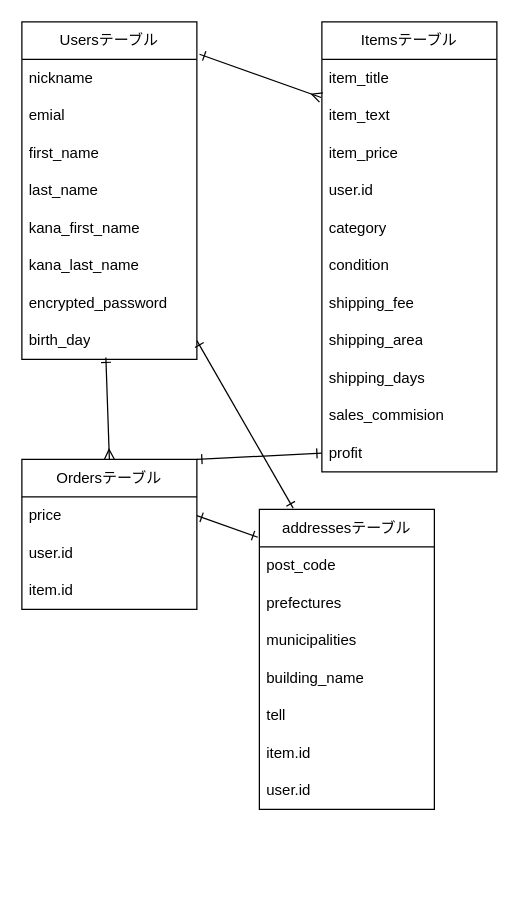
This is test.dio from yato1122/furima-39462, a draw.io file, before an edit. Source tidied: cells renumbered, new cells numbered last; positions are measured from the earlier drawing's top-left corner, leaving out a move shared by most shapes. Both pictures are drawn from the tidied source at 125%, with x=0, y=0 at pixel (21, 21).
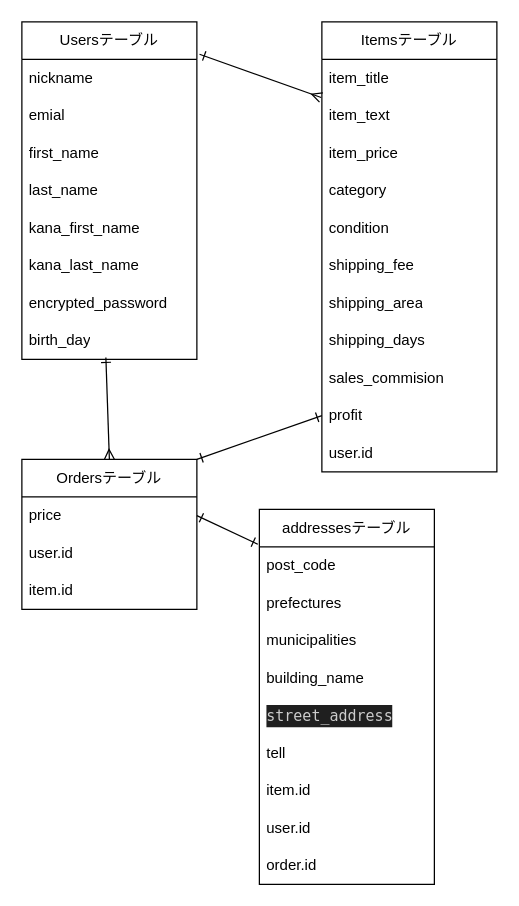
The same diagram, later.

The change refers to these unchanged cells:
```xml
<mxCell id="10" value="birth_day" style="text;strokeColor=none;fillColor=none;align=left;verticalAlign=middle;spacingLeft=4;spacingRight=4;overflow=hidden;points=[[0,0.5],[1,0.5]];portConstraint=eastwest;whiteSpace=wrap;html=1;" parent="2" vertex="1">
  <mxGeometry y="240" width="140" height="30" as="geometry" />
</mxCell>
<mxCell id="11" value="Itemsテーブル" style="swimlane;fontStyle=0;horizontal=1;startSize=30;whiteSpace=wrap;html=1;" parent="1" vertex="1">
  <mxGeometry x="240" width="140" height="360" as="geometry" />
</mxCell>
```

Change to the diagram source:
```diff
@@
-    <mxCell id="16" value="user.id" style="text;strokeColor=none;fillColor=none;align=left;verticalAlign=middle;spacingLeft=4;spacingRight=4;overflow=hidden;whiteSpace=wrap;html=1;" parent="11" vertex="1">
-      <mxGeometry y="120" width="140" height="30" as="geometry" />
-    </mxCell>
     <mxCell id="17" value="category" style="text;strokeColor=none;fillColor=none;align=left;verticalAlign=middle;spacingLeft=4;spacingRight=4;overflow=hidden;whiteSpace=wrap;html=1;" parent="11" vertex="1">
-      <mxGeometry y="150" width="140" height="30" as="geometry" />
+      <mxGeometry y="120" width="140" height="30" as="geometry" />
     </mxCell>
     <mxCell id="18" value="condition" style="text;strokeColor=none;fillColor=none;align=left;verticalAlign=middle;spacingLeft=4;spacingRight=4;overflow=hidden;whiteSpace=wrap;html=1;" parent="11" vertex="1">
-      <mxGeometry y="180" width="140" height="30" as="geometry" />
+      <mxGeometry y="150" width="140" height="30" as="geometry" />
     </mxCell>
     <mxCell id="19" value="shipping_fee" style="text;strokeColor=none;fillColor=none;align=left;verticalAlign=middle;spacingLeft=4;spacingRight=4;overflow=hidden;whiteSpace=wrap;html=1;" parent="11" vertex="1">
-      <mxGeometry y="210" width="140" height="30" as="geometry" />
+      <mxGeometry y="180" width="140" height="30" as="geometry" />
     </mxCell>
     <mxCell id="20" value="shipping_area" style="text;strokeColor=none;fillColor=none;align=left;verticalAlign=middle;spacingLeft=4;spacingRight=4;overflow=hidden;whiteSpace=wrap;html=1;" parent="11" vertex="1">
-      <mxGeometry y="240" width="140" height="30" as="geometry" />
+      <mxGeometry y="210" width="140" height="30" as="geometry" />
     </mxCell>
     <mxCell id="21" value="shipping_days" style="text;strokeColor=none;fillColor=none;align=left;verticalAlign=middle;spacingLeft=4;spacingRight=4;overflow=hidden;whiteSpace=wrap;html=1;" parent="11" vertex="1">
-      <mxGeometry y="270" width="140" height="30" as="geometry" />
+      <mxGeometry y="240" width="140" height="30" as="geometry" />
     </mxCell>
     <mxCell id="22" value="sales_commision" style="text;strokeColor=none;fillColor=none;align=left;verticalAlign=middle;spacingLeft=4;spacingRight=4;overflow=hidden;whiteSpace=wrap;html=1;" parent="11" vertex="1">
-      <mxGeometry y="300" width="140" height="30" as="geometry" />
+      <mxGeometry y="270" width="140" height="30" as="geometry" />
     </mxCell>
     <mxCell id="23" value="profit" style="text;strokeColor=none;fillColor=none;align=left;verticalAlign=middle;spacingLeft=4;spacingRight=4;overflow=hidden;points=[[0,0.5],[1,0.5]];portConstraint=eastwest;whiteSpace=wrap;html=1;" parent="11" vertex="1">
-      <mxGeometry y="330" width="140" height="30" as="geometry" />
+      <mxGeometry y="300" width="140" height="30" as="geometry" />
     </mxCell>
+    <mxCell id="16" value="user.id" style="text;strokeColor=none;fillColor=none;align=left;verticalAlign=middle;spacingLeft=4;spacingRight=4;overflow=hidden;whiteSpace=wrap;html=1;" parent="11" vertex="1">
+      <mxGeometry y="330" width="140" height="30" as="geometry" />
+    </mxCell>
@@
     <mxCell id="30" value="addressesテーブル" style="swimlane;fontStyle=0;horizontal=1;startSize=30;whiteSpace=wrap;html=1;" parent="1" vertex="1">
-      <mxGeometry x="190" y="390" width="140" height="240" as="geometry" />
+      <mxGeometry x="190" y="390" width="140" height="300" as="geometry" />
     </mxCell>
@@
+    <mxCell id="42" value="&lt;div style=&quot;color: rgb(204, 204, 204); background-color: rgb(31, 31, 31); font-family: Menlo, Monaco, &amp;quot;Courier New&amp;quot;, monospace; line-height: 18px;&quot;&gt;&lt;div style=&quot;line-height: 18px;&quot;&gt;street_address&lt;/div&gt;&lt;/div&gt;" style="text;strokeColor=none;fillColor=none;align=left;verticalAlign=middle;spacingLeft=4;spacingRight=4;overflow=hidden;whiteSpace=wrap;html=1;" parent="30" vertex="1">
+      <mxGeometry y="150" width="140" height="30" as="geometry" />
+    </mxCell>
     <mxCell id="35" value="tell" style="text;strokeColor=none;fillColor=none;align=left;verticalAlign=middle;spacingLeft=4;spacingRight=4;overflow=hidden;whiteSpace=wrap;html=1;" parent="30" vertex="1">
-      <mxGeometry y="150" width="140" height="30" as="geometry" />
+      <mxGeometry y="180" width="140" height="30" as="geometry" />
     </mxCell>
     <mxCell id="36" value="item.id" style="text;strokeColor=none;fillColor=none;align=left;verticalAlign=middle;spacingLeft=4;spacingRight=4;overflow=hidden;whiteSpace=wrap;html=1;" parent="30" vertex="1">
-      <mxGeometry y="180" width="140" height="30" as="geometry" />
+      <mxGeometry y="210" width="140" height="30" as="geometry" />
     </mxCell>
     <mxCell id="37" value="user.id" style="text;strokeColor=none;fillColor=none;align=left;verticalAlign=middle;spacingLeft=4;spacingRight=4;overflow=hidden;whiteSpace=wrap;html=1;" parent="30" vertex="1">
-      <mxGeometry y="210" width="140" height="30" as="geometry" />
+      <mxGeometry y="240" width="140" height="30" as="geometry" />
     </mxCell>
+    <mxCell id="43" value="order.id" style="text;strokeColor=none;fillColor=none;align=left;verticalAlign=middle;spacingLeft=4;spacingRight=4;overflow=hidden;whiteSpace=wrap;html=1;" parent="30" vertex="1">
+      <mxGeometry y="270" width="140" height="30" as="geometry" />
+    </mxCell>
@@
-    <mxCell id="40" style="edgeStyle=none;html=1;exitX=1;exitY=0.5;exitDx=0;exitDy=0;entryX=0.193;entryY=-0.004;entryDx=0;entryDy=0;entryPerimeter=0;startArrow=ERone;startFill=0;endArrow=ERone;endFill=0;" parent="1" edge="1" source="10" target="30">
-      <mxGeometry relative="1" as="geometry" />
-    </mxCell>
```
